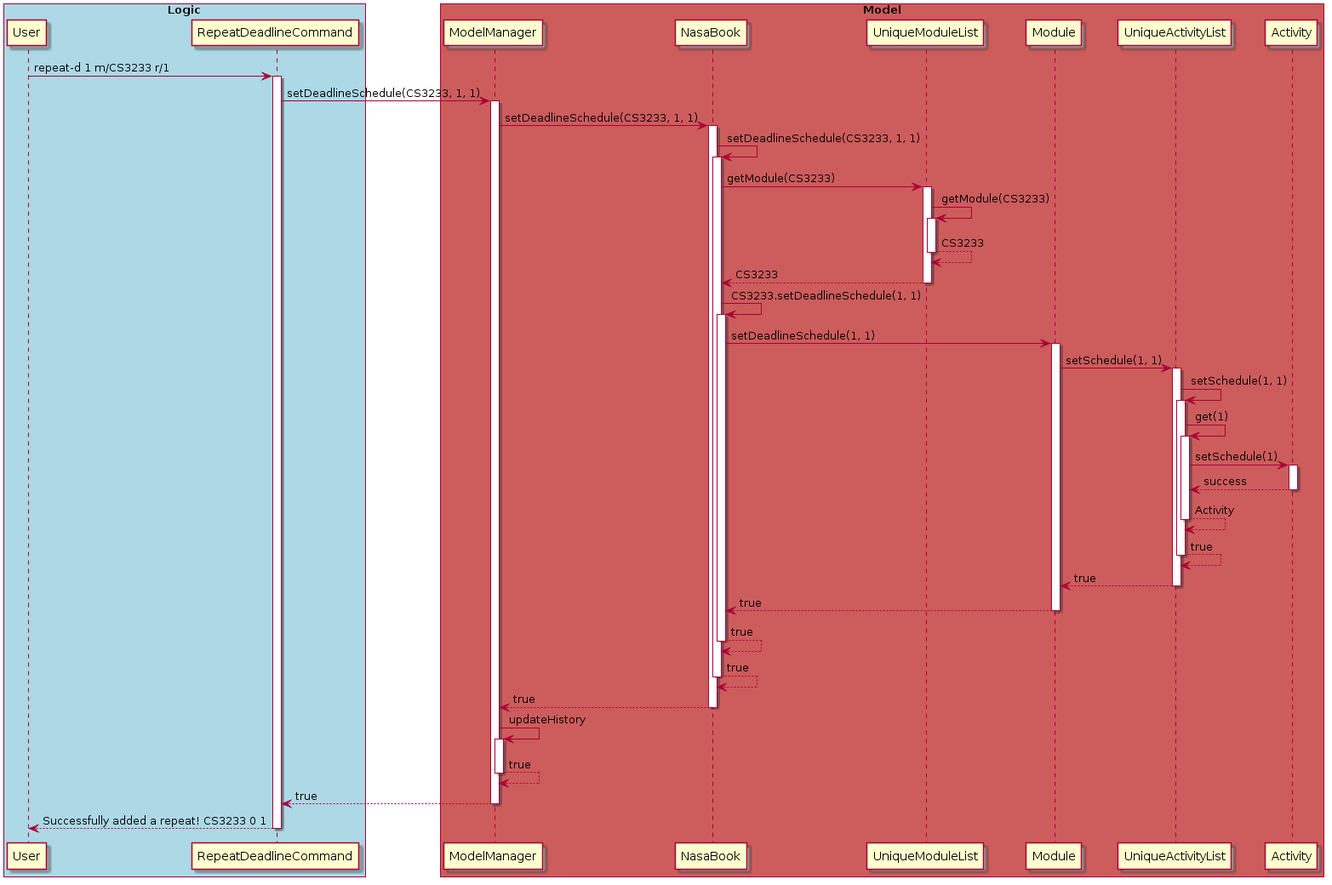
nus-cs2103-AY1920S2/addressbook-level3 keeps this PlantUML diagram as docs/images/sequenceDiagramAutomationV2.png. Above is the earlier version.
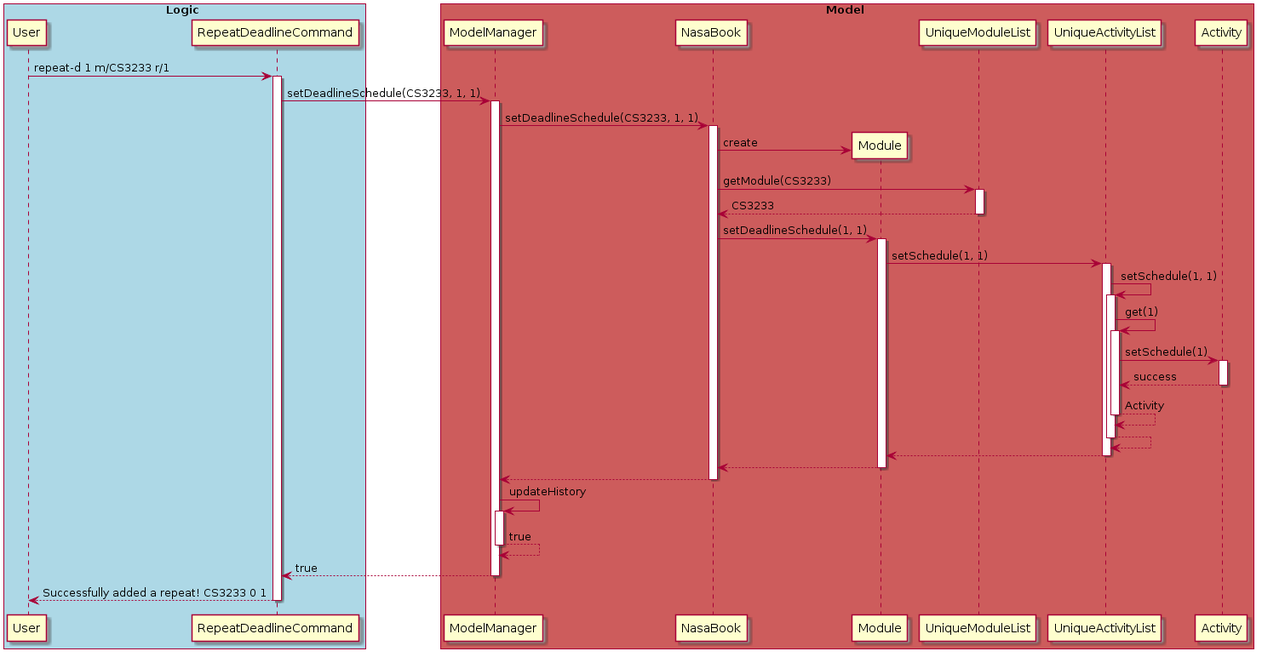
Above is the later version.

Commit message:
update sequence diagram

Diff of the diagram source:
```diff
@@ -1,26 +1,20 @@
 @startuml
 autoactivate on
-box "Logic" #LightBlue
 
+box Logic #LightBlue
 User -> RepeatDeadlineCommand : repeat-d 1 m/CS3233 r/1
 end box
-box "Model" #IndianRed
 
+box Model #IndianRed
 RepeatDeadlineCommand -> ModelManager : setDeadlineSchedule(CS3233, 1, 1)
 
 ModelManager ->  NasaBook: setDeadlineSchedule(CS3233, 1, 1)
 
-NasaBook -> NasaBook: setDeadlineSchedule(CS3233, 1, 1)
+NasaBook -> Module **: create
 
 NasaBook -> UniqueModuleList : getModule(CS3233)
 
-UniqueModuleList -> UniqueModuleList : getModule(CS3233)
-
 return CS3233
-
-return CS3233
-
-NasaBook -> NasaBook: CS3233.setDeadlineSchedule(1, 1)
 
 NasaBook -> Module : setDeadlineSchedule(1, 1)
 
@@ -36,19 +30,15 @@
 
 return Activity
 
-return true
-
-return true
-
-return true
-return true
-return true
-return true
+return
+return
+return
+return
 
 ModelManager -> ModelManager : updateHistory
 
 return true
-
+end box
 return true
 return Successfully added a repeat! CS3233 0 1
 @enduml
```
